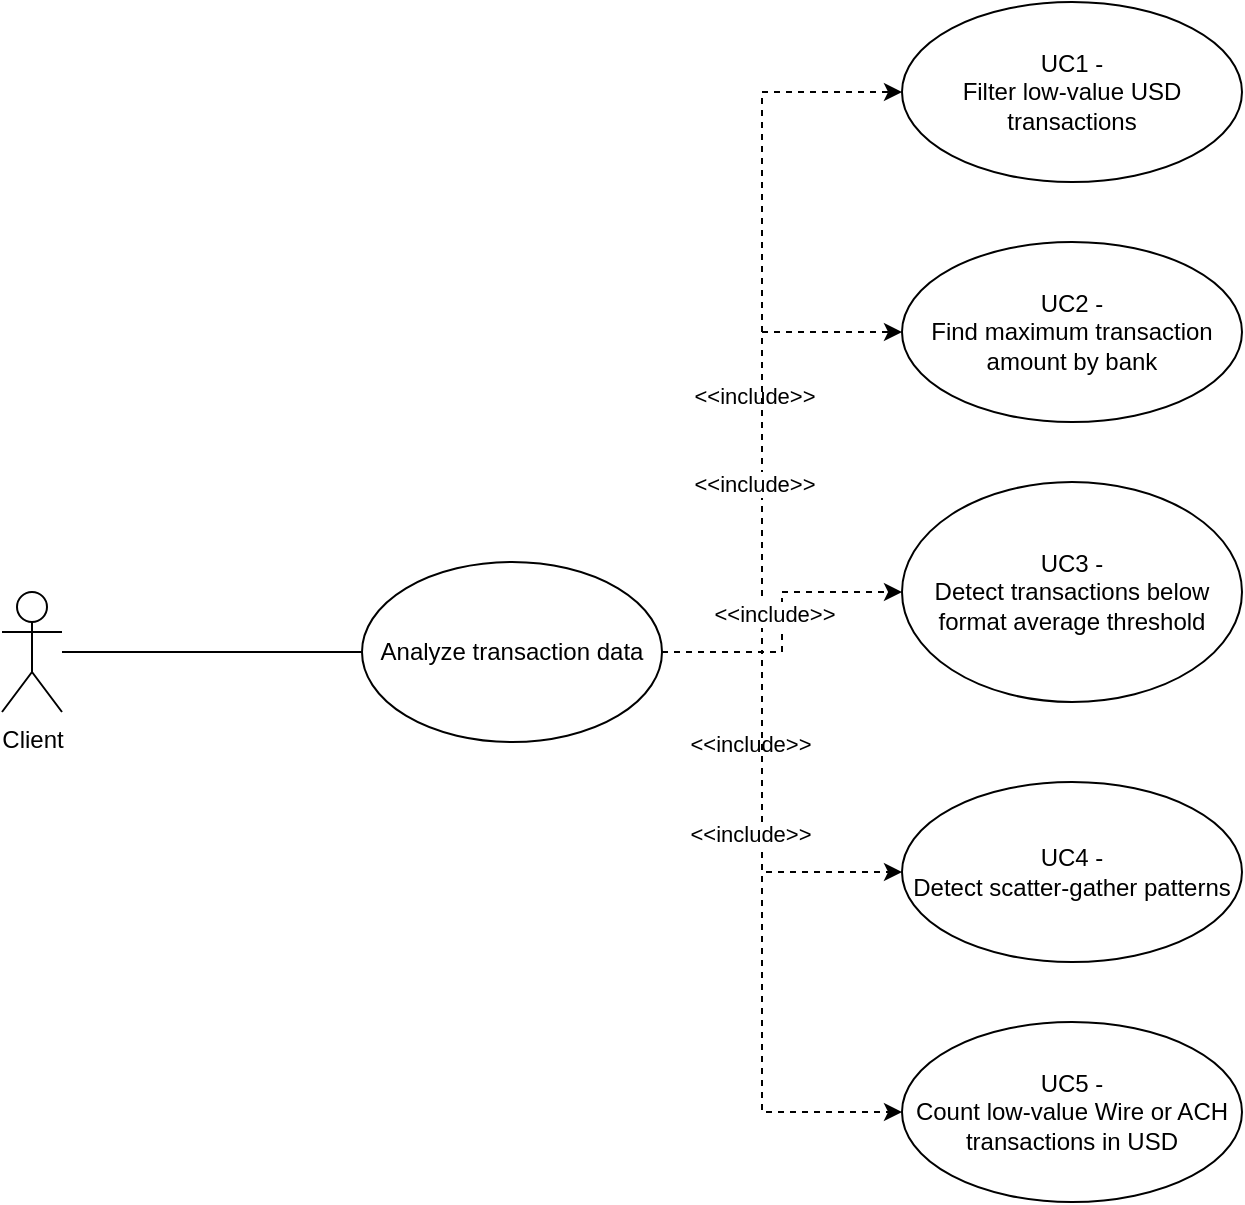
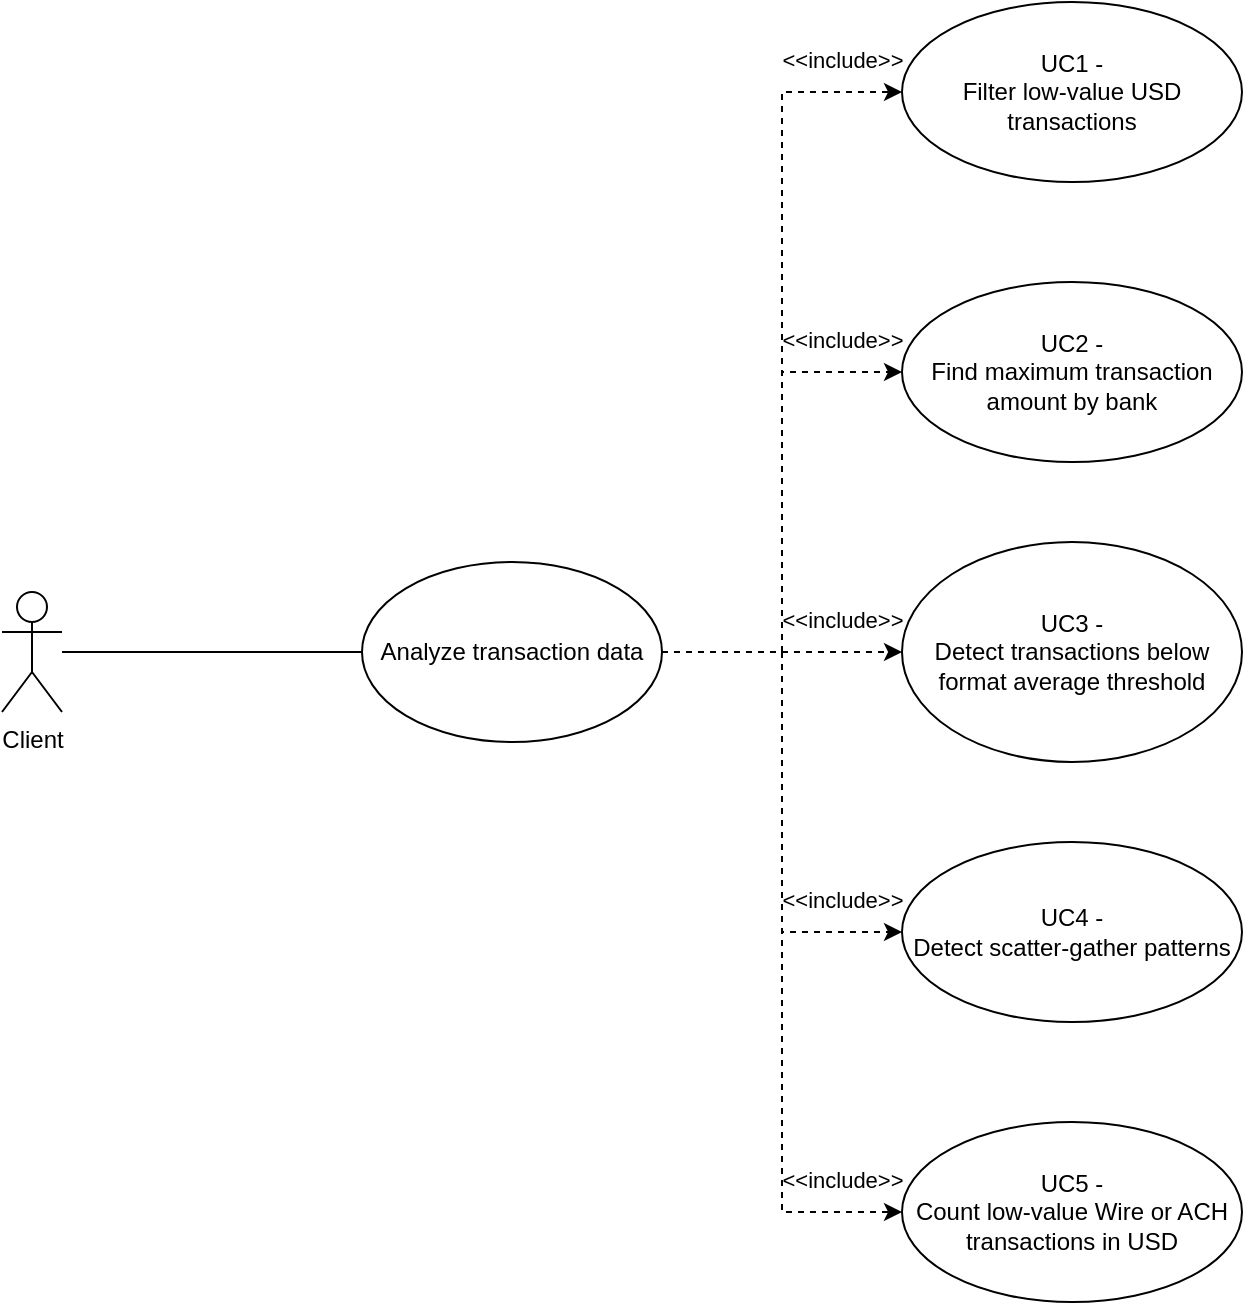
<mxfile host="Electron">
  <diagram name="Página-1" id="Mu_GaAytfO-CS8hw44fI">
-     <mxGraphModel dx="1645" dy="784" grid="1" gridSize="10" guides="1" tooltips="1" connect="1" arrows="1" fold="1" page="1" pageScale="1" pageWidth="827" pageHeight="1169" math="0" shadow="0">
+     <mxGraphModel dx="924" dy="784" grid="1" gridSize="10" guides="1" tooltips="1" connect="1" arrows="1" fold="1" page="1" pageScale="1" pageWidth="827" pageHeight="1169" math="0" shadow="0">
      <root>
        <mxCell id="0" />
        <mxCell id="1" parent="0" />
        <mxCell id="actor-client" parent="1" style="shape=umlActor;verticalLabelPosition=bottom;verticalAlign=top;html=1;outlineConnect=0;strokeColor=default;strokeWidth=1;align=center;fontFamily=Helvetica;fontSize=12;fontColor=default;fillColor=default;" value="Client" vertex="1">
-           <mxGeometry height="60" width="30" x="20.00" y="315.00" as="geometry" />
+           <mxGeometry height="60" width="30" x="20" y="310" as="geometry" />
        </mxCell>
        <mxCell id="uc-main" parent="1" style="ellipse;whiteSpace=wrap;html=1;" value="Analyze transaction data" vertex="1">
-           <mxGeometry height="90" width="150" x="200.00" y="300.00" as="geometry" />
+           <mxGeometry height="90" width="150" x="200" y="295" as="geometry" />
        </mxCell>
        <mxCell id="uc1" parent="1" style="ellipse;whiteSpace=wrap;html=1;" value="UC1 -&lt;div&gt;Filter low-value USD transactions&lt;/div&gt;" vertex="1">
-           <mxGeometry height="90" width="170" x="470.00" y="20.00" as="geometry" />
+           <mxGeometry height="90" width="170" x="470" y="15" as="geometry" />
        </mxCell>
        <mxCell id="uc2" parent="1" style="ellipse;whiteSpace=wrap;html=1;" value="UC2 -&lt;div&gt;Find maximum transaction amount by bank&lt;/div&gt;" vertex="1">
-           <mxGeometry height="90" width="170" x="470.00" y="140.00" as="geometry" />
+           <mxGeometry height="90" width="170" x="470" y="155" as="geometry" />
        </mxCell>
        <mxCell id="uc3" parent="1" style="ellipse;whiteSpace=wrap;html=1;" value="UC3 -&lt;div&gt;Detect transactions below format average threshold&lt;/div&gt;" vertex="1">
-           <mxGeometry height="110" width="170" x="470.00" y="260.00" as="geometry" />
+           <mxGeometry height="110" width="170" x="470" y="285" as="geometry" />
        </mxCell>
        <mxCell id="uc4" parent="1" style="ellipse;whiteSpace=wrap;html=1;" value="UC4 -&lt;div&gt;Detect scatter-gather patterns&lt;/div&gt;" vertex="1">
-           <mxGeometry height="90" width="170" x="470.00" y="410.00" as="geometry" />
+           <mxGeometry height="90" width="170" x="470" y="435" as="geometry" />
        </mxCell>
        <mxCell id="uc5" parent="1" style="ellipse;whiteSpace=wrap;html=1;" value="UC5 -&lt;div&gt;Count low-value Wire or ACH transactions in USD&lt;/div&gt;" vertex="1">
-           <mxGeometry height="90" width="170" x="470.00" y="530.00" as="geometry" />
+           <mxGeometry height="90" width="170" x="470" y="575" as="geometry" />
        </mxCell>
        <mxCell id="edge-actor-main" edge="1" parent="1" source="actor-client" style="rounded=0;orthogonalLoop=1;jettySize=auto;html=1;endArrow=none;" target="uc-main">
          <mxGeometry relative="1" as="geometry" />
        </mxCell>
-         <mxCell id="edge-main-uc1" edge="1" parent="1" source="uc-main" style="edgeStyle=orthogonalEdgeStyle;rounded=0;orthogonalLoop=1;jettySize=auto;html=1;endArrow=classic;dashed=1;" target="uc1">
+         <mxCell id="edge-main-uc1" edge="1" parent="1" source="uc-main" style="edgeStyle=orthogonalEdgeStyle;rounded=0;orthogonalLoop=1;jettySize=auto;html=1;endArrow=classic;dashed=1;exitX=1;exitY=0.5;exitDx=0;exitDy=0;entryX=0;entryY=0.5;entryDx=0;entryDy=0;" target="uc1">
          <mxGeometry relative="1" as="geometry">
            <Array as="points">
-               <mxPoint x="400.00" y="345.00" />
-               <mxPoint x="400.00" y="65.00" />
+               <mxPoint x="410" y="340" />
+               <mxPoint x="410" y="60" />
            </Array>
          </mxGeometry>
        </mxCell>
-         <mxCell id="label-uc1" connectable="0" parent="edge-main-uc1" style="edgeLabel;html=1;align=center;verticalAlign=middle;resizable=0;points=[];fontFamily=Helvetica;fontSize=11;fontColor=default;labelBackgroundColor=default;" value="&amp;lt;&amp;lt;include&amp;gt;&amp;gt;" vertex="1">
-           <mxGeometry relative="1" x="-0.15" y="-1" as="geometry">
-             <mxPoint x="-5" y="-8" as="offset" />
-           </mxGeometry>
-         </mxCell>
-         <mxCell id="edge-main-uc2" edge="1" parent="1" source="uc-main" style="edgeStyle=orthogonalEdgeStyle;rounded=0;orthogonalLoop=1;jettySize=auto;html=1;endArrow=classic;dashed=1;" target="uc2">
+         <mxCell id="edge-main-uc2" edge="1" parent="1" source="uc-main" style="edgeStyle=orthogonalEdgeStyle;rounded=0;orthogonalLoop=1;jettySize=auto;html=1;endArrow=classic;dashed=1;exitX=1;exitY=0.5;exitDx=0;exitDy=0;entryX=0;entryY=0.5;entryDx=0;entryDy=0;" target="uc2">
          <mxGeometry relative="1" as="geometry">
            <Array as="points">
-               <mxPoint x="400.00" y="345.00" />
-               <mxPoint x="400.00" y="185.00" />
+               <mxPoint x="410" y="340" />
+               <mxPoint x="410" y="200" />
            </Array>
          </mxGeometry>
        </mxCell>
-         <mxCell id="label-uc2" connectable="0" parent="edge-main-uc2" style="edgeLabel;html=1;align=center;verticalAlign=middle;resizable=0;points=[];fontFamily=Helvetica;fontSize=11;fontColor=default;labelBackgroundColor=default;" value="&amp;lt;&amp;lt;include&amp;gt;&amp;gt;" vertex="1">
-           <mxGeometry relative="1" x="-0.1" y="-1" as="geometry">
-             <mxPoint x="-5" y="-8" as="offset" />
-           </mxGeometry>
-         </mxCell>
-         <mxCell id="edge-main-uc3" edge="1" parent="1" source="uc-main" style="edgeStyle=orthogonalEdgeStyle;rounded=0;orthogonalLoop=1;jettySize=auto;html=1;endArrow=classic;dashed=1;" target="uc3">
+         <mxCell id="edge-main-uc3" edge="1" parent="1" source="uc-main" style="edgeStyle=orthogonalEdgeStyle;rounded=0;orthogonalLoop=1;jettySize=auto;html=1;endArrow=classic;dashed=1;exitX=1;exitY=0.5;exitDx=0;exitDy=0;entryX=0;entryY=0.5;entryDx=0;entryDy=0;" target="uc3">
          <mxGeometry relative="1" as="geometry" />
        </mxCell>
-         <mxCell id="label-uc3" connectable="0" parent="edge-main-uc3" style="edgeLabel;html=1;align=center;verticalAlign=middle;resizable=0;points=[];fontFamily=Helvetica;fontSize=11;fontColor=default;labelBackgroundColor=default;" value="&amp;lt;&amp;lt;include&amp;gt;&amp;gt;" vertex="1">
-           <mxGeometry relative="1" x="-0.05" y="-1" as="geometry">
-             <mxPoint x="-5" y="-8" as="offset" />
-           </mxGeometry>
-         </mxCell>
-         <mxCell id="edge-main-uc4" edge="1" parent="1" source="uc-main" style="edgeStyle=orthogonalEdgeStyle;rounded=0;orthogonalLoop=1;jettySize=auto;html=1;endArrow=classic;dashed=1;" target="uc4">
+         <mxCell id="edge-main-uc4" edge="1" parent="1" source="uc-main" style="edgeStyle=orthogonalEdgeStyle;rounded=0;orthogonalLoop=1;jettySize=auto;html=1;endArrow=classic;dashed=1;exitX=1;exitY=0.5;exitDx=0;exitDy=0;entryX=0;entryY=0.5;entryDx=0;entryDy=0;" target="uc4">
          <mxGeometry relative="1" as="geometry">
            <Array as="points">
-               <mxPoint x="400.00" y="345.00" />
-               <mxPoint x="400.00" y="455.00" />
+               <mxPoint x="410" y="340" />
+               <mxPoint x="410" y="480" />
            </Array>
          </mxGeometry>
        </mxCell>
-         <mxCell id="label-uc4" connectable="0" parent="edge-main-uc4" style="edgeLabel;html=1;align=center;verticalAlign=middle;resizable=0;points=[];fontFamily=Helvetica;fontSize=11;fontColor=default;labelBackgroundColor=default;" value="&amp;lt;&amp;lt;include&amp;gt;&amp;gt;" vertex="1">
-           <mxGeometry relative="1" x="-0.1" y="-1" as="geometry">
-             <mxPoint x="-5" y="-8" as="offset" />
-           </mxGeometry>
-         </mxCell>
-         <mxCell id="edge-main-uc5" edge="1" parent="1" source="uc-main" style="edgeStyle=orthogonalEdgeStyle;rounded=0;orthogonalLoop=1;jettySize=auto;html=1;endArrow=classic;dashed=1;" target="uc5">
+         <mxCell id="edge-main-uc5" edge="1" parent="1" source="uc-main" style="edgeStyle=orthogonalEdgeStyle;rounded=0;orthogonalLoop=1;jettySize=auto;html=1;endArrow=classic;dashed=1;exitX=1;exitY=0.5;exitDx=0;exitDy=0;entryX=0;entryY=0.5;entryDx=0;entryDy=0;" target="uc5">
          <mxGeometry relative="1" as="geometry">
            <Array as="points">
-               <mxPoint x="400.00" y="345.00" />
-               <mxPoint x="400.00" y="575.00" />
+               <mxPoint x="410" y="340" />
+               <mxPoint x="410" y="620" />
            </Array>
          </mxGeometry>
        </mxCell>
-         <mxCell id="label-uc5" connectable="0" parent="edge-main-uc5" style="edgeLabel;html=1;align=center;verticalAlign=middle;resizable=0;points=[];fontFamily=Helvetica;fontSize=11;fontColor=default;labelBackgroundColor=default;" value="&amp;lt;&amp;lt;include&amp;gt;&amp;gt;" vertex="1">
-           <mxGeometry relative="1" x="-0.15" y="-1" as="geometry">
-             <mxPoint x="-5" y="-8" as="offset" />
-           </mxGeometry>
+         <mxCell id="label-uc1" parent="1" style="text;html=1;align=center;verticalAlign=middle;fontFamily=Helvetica;fontSize=11;fontColor=default;" value="&amp;lt;&amp;lt;include&amp;gt;&amp;gt;" vertex="1">
+           <mxGeometry height="20" width="80" x="400" y="34" as="geometry" />
+         </mxCell>
+         <mxCell id="label-uc2" parent="1" style="text;html=1;align=center;verticalAlign=middle;fontFamily=Helvetica;fontSize=11;fontColor=default;" value="&amp;lt;&amp;lt;include&amp;gt;&amp;gt;" vertex="1">
+           <mxGeometry height="20" width="80" x="400" y="174" as="geometry" />
+         </mxCell>
+         <mxCell id="label-uc3" parent="1" style="text;html=1;align=center;verticalAlign=middle;fontFamily=Helvetica;fontSize=11;fontColor=default;" value="&amp;lt;&amp;lt;include&amp;gt;&amp;gt;" vertex="1">
+           <mxGeometry height="20" width="80" x="400" y="314" as="geometry" />
+         </mxCell>
+         <mxCell id="label-uc4" parent="1" style="text;html=1;align=center;verticalAlign=middle;fontFamily=Helvetica;fontSize=11;fontColor=default;" value="&amp;lt;&amp;lt;include&amp;gt;&amp;gt;" vertex="1">
+           <mxGeometry height="20" width="80" x="400" y="454" as="geometry" />
+         </mxCell>
+         <mxCell id="label-uc5" parent="1" style="text;html=1;align=center;verticalAlign=middle;fontFamily=Helvetica;fontSize=11;fontColor=default;" value="&amp;lt;&amp;lt;include&amp;gt;&amp;gt;" vertex="1">
+           <mxGeometry height="20" width="80" x="400" y="594" as="geometry" />
        </mxCell>
      </root>
    </mxGraphModel>
  </diagram>
- </mxfile>+ </mxfile>
